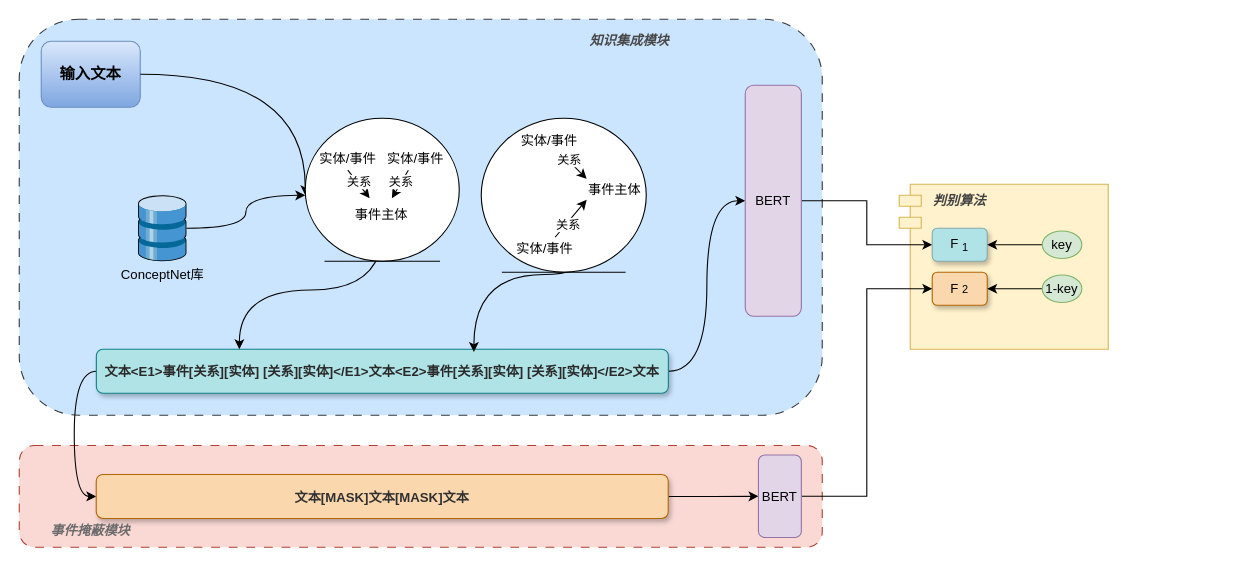
Earlier version of the draw.io diagram page "模糊结构图" (2 of 14) of 2.drawio (JiaXinLI98/myProject). Source tidied: cells renumbered, new cells numbered last; positions are measured from the earlier drawing's top-left corner, leaving out a move shared by most shapes. Both pictures are drawn from the tidied source at 110%, with x=0, y=0 at pixel (19, 19).
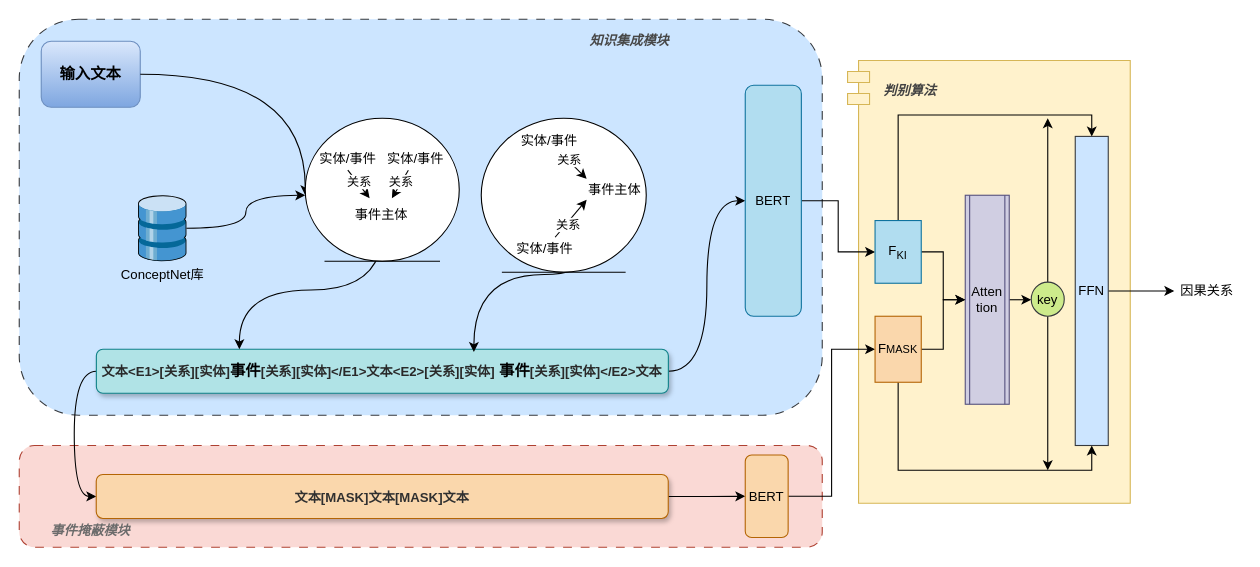
After the change.

Change to the diagram source:
```diff
@@
-    <mxCell id="12" value="&lt;font color=&quot;#292929&quot; style=&quot;font-size: 12px;&quot;&gt;文本&amp;lt;E1&amp;gt;事件[关系][实体] [关系][实体]&amp;lt;/E1&amp;gt;文本&amp;lt;E2&amp;gt;事件[关系][实体] [关系][实体]&amp;lt;/E2&amp;gt;文本&lt;/font&gt;" style="fillColor=#b0e3e6;strokecolor=none;rounded=1;strokeColor=#0e8088;fontStyle=1;fontSize=14;whiteSpace=wrap;html=1;shadow=1;glass=0;" parent="1" vertex="1">
+    <mxCell id="12" value="&lt;font color=&quot;#292929&quot; style=&quot;font-size: 12px;&quot;&gt;文本&amp;lt;E1&amp;gt;[关系][实体]&lt;/font&gt;事件&lt;font color=&quot;#292929&quot; style=&quot;font-size: 12px;&quot;&gt;[关系][实体]&amp;lt;/E1&amp;gt;文本&amp;lt;E2&amp;gt;[关系][实体]&lt;/font&gt;&amp;nbsp;事件&lt;font color=&quot;#292929&quot; style=&quot;font-size: 12px;&quot;&gt;[关系][实体]&amp;lt;/E2&amp;gt;文本&lt;/font&gt;" style="fillColor=#b0e3e6;strokecolor=none;rounded=1;strokeColor=#0e8088;fontStyle=1;fontSize=14;whiteSpace=wrap;html=1;shadow=1;glass=0;" parent="1" vertex="1">
       <mxGeometry x="70.1" y="300" width="520" height="40" as="geometry" />
     </mxCell>
@@
     <mxCell id="35" style="shape=module;align=left;spacingLeft=20;align=center;verticalAlign=top;whiteSpace=wrap;html=1;fillColor=#fff2cc;strokeColor=#d6b656;" parent="1" vertex="1">
-      <mxGeometry x="800" y="150" width="190" height="150" as="geometry" />
+      <mxGeometry x="753" y="37.5" width="257" height="402.5" as="geometry" />
     </mxCell>
-    <mxCell id="36" style="edgeStyle=orthogonalEdgeStyle;rounded=0;jettySize=auto;html=1;entryX=0;entryY=0.5;entryDx=0;entryDy=0;" parent="1" edge="1" source="37" target="41">
-      <mxGeometry relative="1" as="geometry" />
-    </mxCell>
+    <mxCell id="51" style="edgeStyle=orthogonalEdgeStyle;rounded=0;jettySize=auto;html=1;entryX=0;entryY=0.5;entryDx=0;entryDy=0;" parent="1" edge="1" source="37" target="59">
+      <mxGeometry relative="1" as="geometry" />
+    </mxCell>
-    <mxCell id="37" value="BERT" style="rounded=1;whiteSpace=wrap;html=1;fillColor=#e1d5e7;strokeColor=#9673a6;" parent="1" vertex="1">
+    <mxCell id="37" value="BERT" style="rounded=1;whiteSpace=wrap;html=1;fillColor=#b1ddf0;strokeColor=#10739e;" parent="1" vertex="1">
       <mxGeometry x="660" y="60" width="51" height="210" as="geometry" />
     </mxCell>
@@
-    <mxCell id="41" value="F &lt;sub&gt;1&lt;/sub&gt;" style="rounded=1;whiteSpace=wrap;html=1;fillColor=#b0e3e6;strokeColor=#85ABAD;shadow=1;" parent="1" vertex="1">
-      <mxGeometry x="830" y="190" width="50" height="30" as="geometry" />
-    </mxCell>
-    <mxCell id="42" value="F &lt;span style=&quot;font-size: 10px;&quot;&gt;2&lt;/span&gt;" style="rounded=1;whiteSpace=wrap;html=1;fillColor=#fad7ac;strokeColor=#b46504;shadow=1;" parent="1" vertex="1">
-      <mxGeometry x="830" y="230" width="50" height="30" as="geometry" />
-    </mxCell>
-    <mxCell id="43" style="rounded=0;jettySize=auto;html=1;exitX=0;exitY=0.5;exitDx=0;exitDy=0;entryX=1;entryY=0.5;entryDx=0;entryDy=0;" parent="1" edge="1" source="44" target="41">
-      <mxGeometry relative="1" as="geometry" />
-    </mxCell>
-    <mxCell id="44" value="key" style="ellipse;whiteSpace=wrap;html=1;fillColor=#d5e8d4;strokeColor=#82b366;" parent="1" vertex="1">
-      <mxGeometry x="930" y="192.5" width="36" height="25" as="geometry" />
-    </mxCell>
-    <mxCell id="45" style="rounded=0;jettySize=auto;html=1;exitX=0;exitY=0.5;exitDx=0;exitDy=0;entryX=1;entryY=0.5;entryDx=0;entryDy=0;" parent="1" edge="1" source="46" target="42">
-      <mxGeometry relative="1" as="geometry" />
-    </mxCell>
-    <mxCell id="46" value="1-key" style="ellipse;whiteSpace=wrap;html=1;fillColor=#d5e8d4;strokeColor=#82b366;" parent="1" vertex="1">
-      <mxGeometry x="930" y="232.5" width="36" height="25" as="geometry" />
-    </mxCell>
     <mxCell id="47" value="&lt;b&gt;&lt;i&gt;&lt;font color=&quot;#424242&quot;&gt;判别算法&lt;/font&gt;&lt;/i&gt;&lt;/b&gt;" style="text;html=1;strokeColor=none;fillColor=none;align=center;verticalAlign=middle;whiteSpace=wrap;rounded=0;" parent="1" vertex="1">
-      <mxGeometry x="825" y="150" width="60" height="30" as="geometry" />
+      <mxGeometry x="780" y="50" width="60" height="30" as="geometry" />
     </mxCell>
@@
-    <mxCell id="49" style="edgeStyle=orthogonalEdgeStyle;rounded=0;jettySize=auto;html=1;entryX=0;entryY=0.5;entryDx=0;entryDy=0;" parent="1" edge="1" source="50" target="42">
-      <mxGeometry relative="1" as="geometry" />
-    </mxCell>
+    <mxCell id="52" style="edgeStyle=orthogonalEdgeStyle;rounded=0;jettySize=auto;html=1;entryX=0;entryY=0.5;entryDx=0;entryDy=0;" parent="1" edge="1" source="50" target="62">
+      <mxGeometry relative="1" as="geometry" />
+    </mxCell>
-    <mxCell id="50" value="BERT" style="rounded=1;whiteSpace=wrap;html=1;fillColor=#e1d5e7;strokeColor=#9673a6;" parent="1" vertex="1">
-      <mxGeometry x="672" y="396.2" width="39" height="75" as="geometry" />
+    <mxCell id="50" value="BERT" style="rounded=1;whiteSpace=wrap;html=1;fillColor=#fad7ac;strokeColor=#b46504;" parent="1" vertex="1">
+      <mxGeometry x="660" y="396.2" width="39" height="75" as="geometry" />
     </mxCell>
+    <mxCell id="53" style="edgeStyle=orthogonalEdgeStyle;rounded=0;jettySize=auto;html=1;entryX=0;entryY=0.5;entryDx=0;entryDy=0;" parent="1" edge="1" source="54" target="44">
+      <mxGeometry relative="1" as="geometry" />
+    </mxCell>
+    <mxCell id="54" value="Atten&lt;br&gt;tion" style="shape=process;whiteSpace=wrap;html=1;backgroundOutline=1;fillColor=#d0cee2;strokeColor=#56517e;" parent="1" vertex="1">
+      <mxGeometry x="860" y="160" width="40" height="190" as="geometry" />
+    </mxCell>
+    <mxCell id="55" style="edgeStyle=orthogonalEdgeStyle;rounded=0;jettySize=auto;html=1;" parent="1" edge="1" source="44">
+      <mxGeometry relative="1" as="geometry">
+        <mxPoint x="935" y="410" as="targetPoint" />
+      </mxGeometry>
+    </mxCell>
+    <mxCell id="56" style="edgeStyle=orthogonalEdgeStyle;rounded=0;jettySize=auto;html=1;" parent="1" edge="1" source="44">
+      <mxGeometry relative="1" as="geometry">
+        <mxPoint x="935" y="90" as="targetPoint" />
+      </mxGeometry>
+    </mxCell>
+    <mxCell id="44" value="key" style="ellipse;whiteSpace=wrap;html=1;fillColor=#cdeb8b;strokeColor=#36393d;" parent="1" vertex="1">
+      <mxGeometry x="920" y="239" width="30" height="31" as="geometry" />
+    </mxCell>
+    <mxCell id="57" style="edgeStyle=orthogonalEdgeStyle;rounded=0;jettySize=auto;html=1;entryX=0;entryY=0.5;entryDx=0;entryDy=0;" parent="1" edge="1" source="59" target="54">
+      <mxGeometry relative="1" as="geometry" />
+    </mxCell>
+    <mxCell id="58" style="edgeStyle=orthogonalEdgeStyle;rounded=0;jettySize=auto;html=1;entryX=0.5;entryY=0;entryDx=0;entryDy=0;" parent="1" edge="1" source="59" target="64">
+      <mxGeometry relative="1" as="geometry">
+        <Array as="points">
+          <mxPoint x="799" y="87" />
+          <mxPoint x="975" y="87" />
+        </Array>
+      </mxGeometry>
+    </mxCell>
+    <mxCell id="59" value="F&lt;sub&gt;KI&lt;/sub&gt;" style="rounded=0;whiteSpace=wrap;html=1;fillColor=#b1ddf0;strokeColor=#10739e;" parent="1" vertex="1">
+      <mxGeometry x="778" y="183" width="42" height="57" as="geometry" />
+    </mxCell>
+    <mxCell id="60" style="edgeStyle=orthogonalEdgeStyle;rounded=0;jettySize=auto;html=1;entryX=0;entryY=0.5;entryDx=0;entryDy=0;" parent="1" edge="1" source="62" target="54">
+      <mxGeometry relative="1" as="geometry" />
+    </mxCell>
+    <mxCell id="61" style="rounded=0;jettySize=auto;html=1;entryX=0.5;entryY=1;entryDx=0;entryDy=0;edgeStyle=orthogonalEdgeStyle;exitX=0.5;exitY=1;exitDx=0;exitDy=0;" parent="1" edge="1" source="62" target="64">
+      <mxGeometry relative="1" as="geometry">
+        <Array as="points">
+          <mxPoint x="799" y="410" />
+          <mxPoint x="975" y="410" />
+        </Array>
+      </mxGeometry>
+    </mxCell>
+    <mxCell id="62" value="F&lt;span style=&quot;font-size: 10px;&quot;&gt;MASK&lt;/span&gt;" style="rounded=0;whiteSpace=wrap;html=1;fillColor=#fad7ac;strokeColor=#b46504;" parent="1" vertex="1">
+      <mxGeometry x="778" y="270" width="42" height="60" as="geometry" />
+    </mxCell>
+    <mxCell id="63" style="edgeStyle=orthogonalEdgeStyle;rounded=0;jettySize=auto;html=1;" parent="1" edge="1" source="64">
+      <mxGeometry relative="1" as="geometry">
+        <mxPoint x="1050" y="247" as="targetPoint" />
+      </mxGeometry>
+    </mxCell>
+    <mxCell id="64" value="FFN" style="rounded=0;whiteSpace=wrap;html=1;fillColor=#cce5ff;strokeColor=#36393d;" parent="1" vertex="1">
+      <mxGeometry x="960" y="106.5" width="30" height="281" as="geometry" />
+    </mxCell>
+    <mxCell id="65" value="因果关系" style="text;html=1;strokeColor=none;fillColor=none;align=center;verticalAlign=middle;whiteSpace=wrap;rounded=0;" parent="1" vertex="1">
+      <mxGeometry x="1050" y="232" width="60" height="30" as="geometry" />
+    </mxCell>
```
